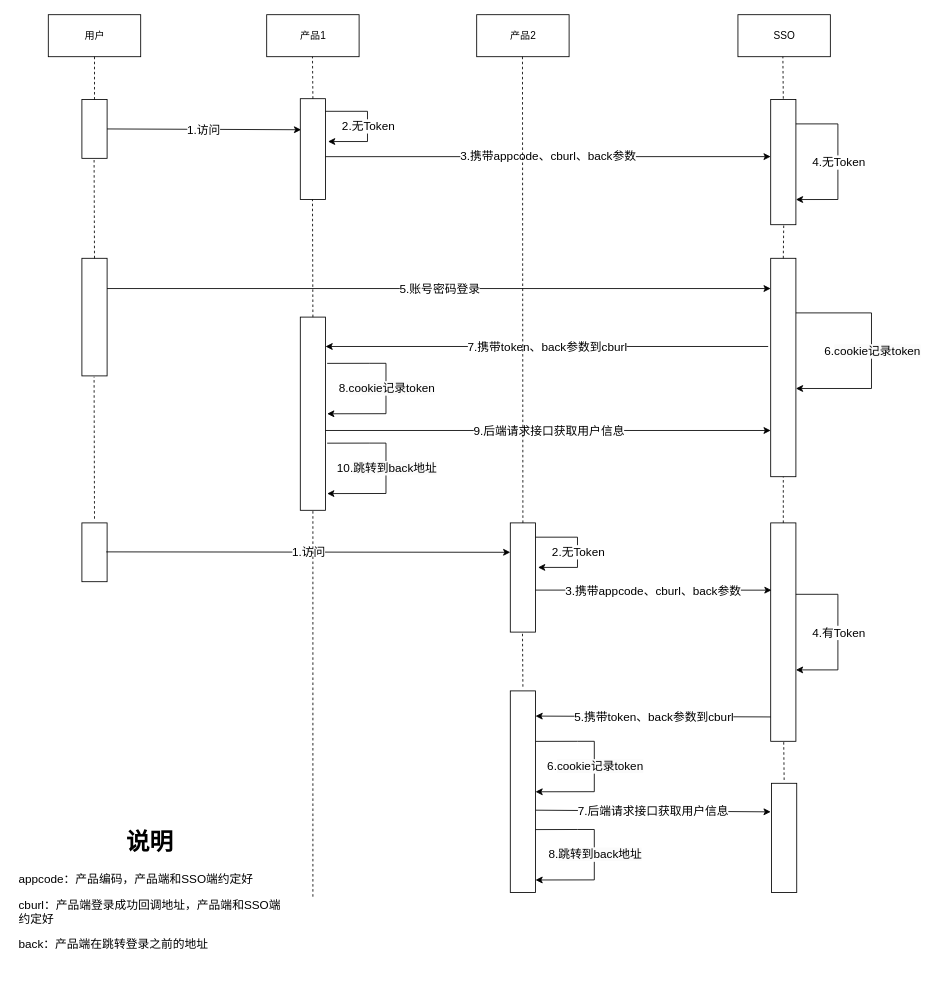
This is Project/SSO-登录.drawio from hao15239129517/drawio, a draw.io file, before an edit. Source tidied: cells renumbered, new cells numbered last; positions are measured from the earlier drawing's top-left corner, leaving out a move shared by most shapes. Both pictures are drawn from the tidied source at 84%, with x=0, y=0 at pixel (14, 14).
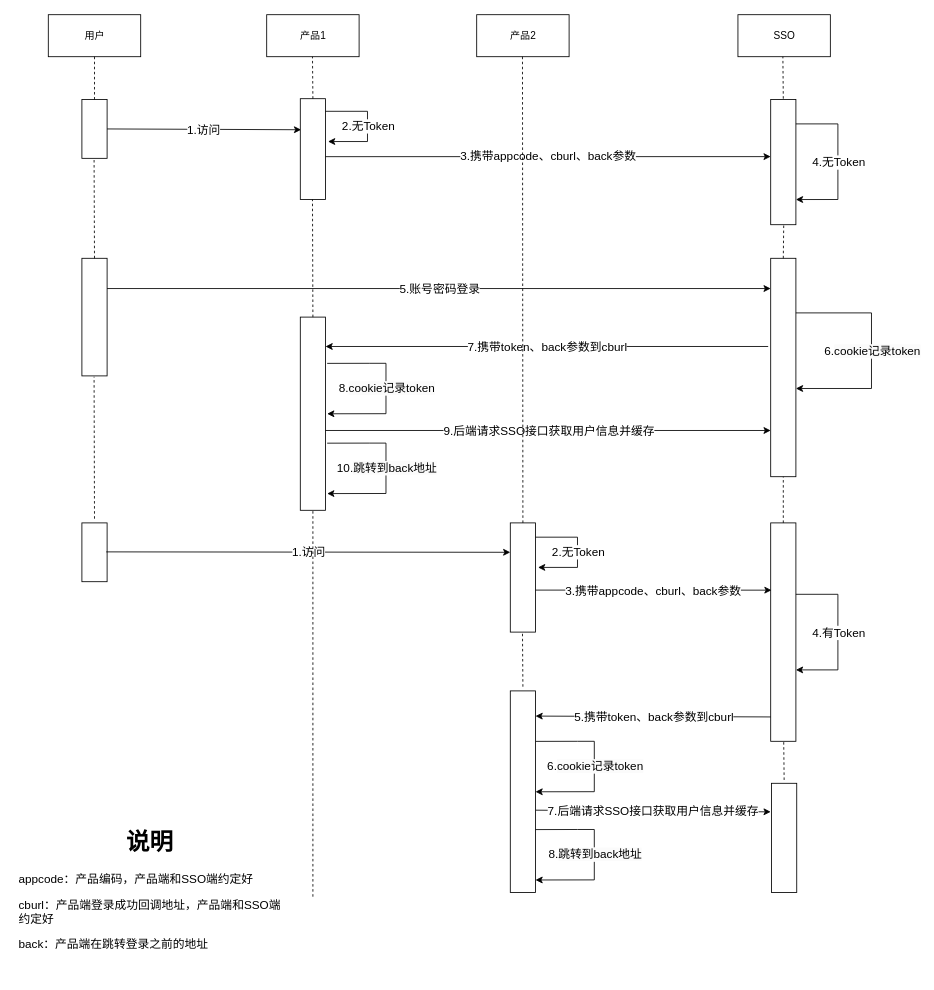
The same diagram, later.

Unchanged cells that the change refers to:
```xml
<mxCell id="23" style="endArrow=classic;html=1;rounded=0;strokeWidth=1;fontSize=14;" parent="1" edge="1">
  <mxGeometry relative="1" as="geometry">
    <mxPoint x="370" y="495" as="sourcePoint" />
    <mxPoint x="900" y="495" as="targetPoint" />
  </mxGeometry>
</mxCell>
<mxCell id="36" style="endArrow=classic;html=1;rounded=0;strokeWidth=1;fontSize=14;entryX=0;entryY=0.923;entryDx=0;entryDy=0;entryPerimeter=0;" parent="1" edge="1">
  <mxGeometry relative="1" as="geometry">
    <mxPoint x="620" y="947" as="sourcePoint" />
    <mxPoint x="900" y="949" as="targetPoint" />
  </mxGeometry>
</mxCell>
```

What changed in the source:
```diff
@@
-    <mxCell id="24" value="9.后端请求接口获取用户信息" style="edgeLabel;html=1;align=center;verticalAlign=middle;fontSize=14;rounded=0;" parent="23" vertex="1">
+    <mxCell id="24" value="9.后端请求SSO接口获取用户信息并缓存" style="edgeLabel;html=1;align=center;verticalAlign=middle;fontSize=14;rounded=0;" parent="23" vertex="1">
       <mxGeometry relative="1" as="geometry" />
     </mxCell>
@@
-    <mxCell id="37" value="7.后端请求接口获取用户信息" style="edgeLabel;html=1;align=center;verticalAlign=middle;fontSize=14;rounded=0;" parent="36" vertex="1">
+    <mxCell id="37" value="7.后端请求SSO接口获取用户信息并缓存" style="edgeLabel;html=1;align=center;verticalAlign=middle;fontSize=14;rounded=0;" parent="36" vertex="1">
       <mxGeometry relative="1" as="geometry" />
     </mxCell>
```
